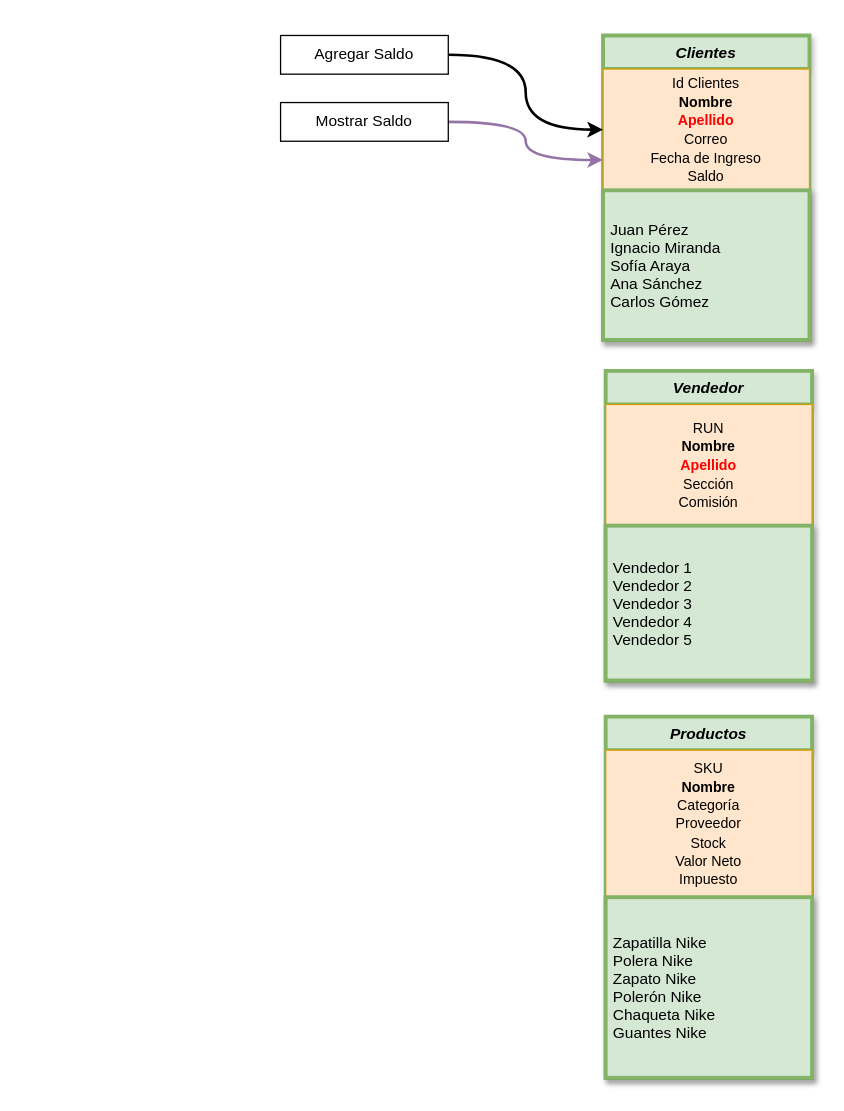
Above: Modulo 4/AE 1/Relacion entre clases modificada.drawio in fraxd/Proyectos-Grupales-awake-bootcamp (draw.io), before the change. Source tidied: cells renumbered, new cells numbered last; positions are measured from the earlier drawing's top-left corner, leaving out a move shared by most shapes. Both pictures are drawn from the tidied source at 129%, with x=0, y=0 at pixel (280, 35).
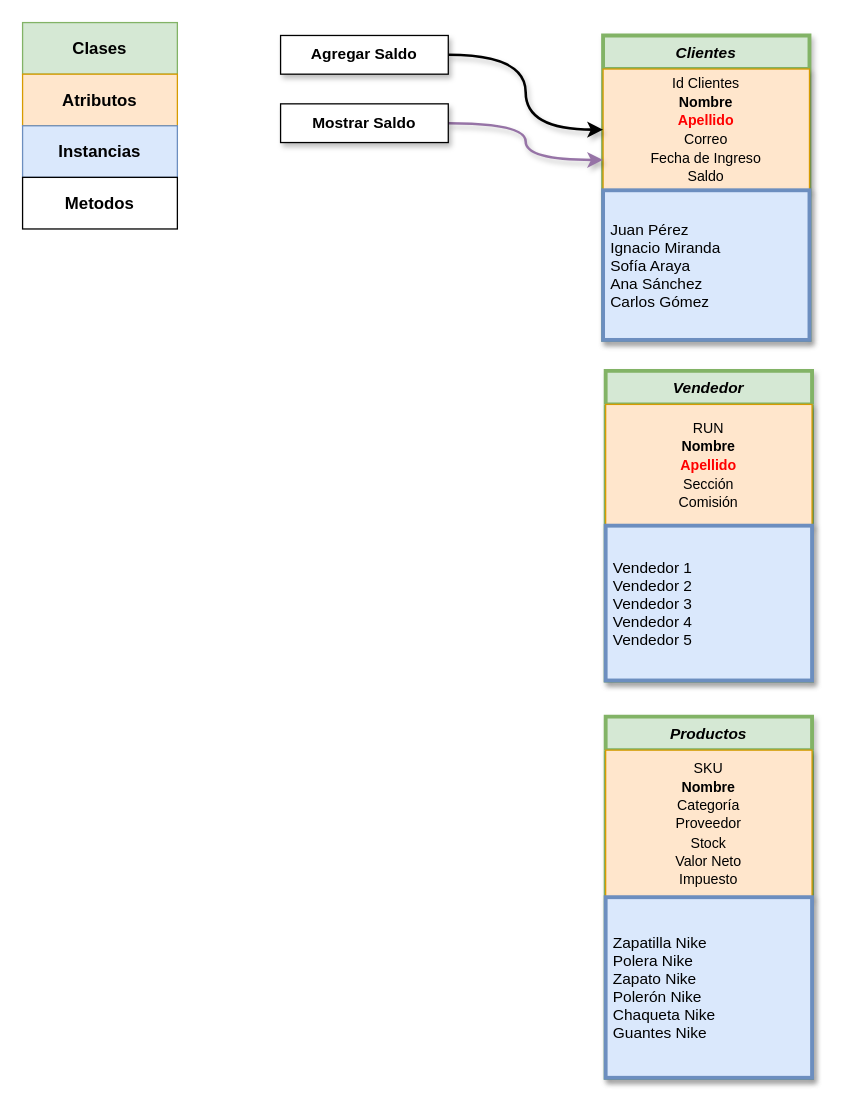
After the change.

Change to the diagram source:
```diff
@@
 <mxGraphModel>
   <root>
     <mxCell id="0" />
     <mxCell id="1" parent="0" />
     <mxCell id="2" value="Clientes" style="swimlane;fontStyle=3;align=center;verticalAlign=top;horizontal=1;startSize=26;rounded=0;shadow=1;strokeWidth=3;fillColor=#d5e8d4;strokeColor=#82b366;" parent="1" vertex="1">
       <mxGeometry x="250" width="160" height="236" as="geometry" />
     </mxCell>
-    <mxCell id="3" value="&lt;span style=&quot;font-size: 11px;&quot;&gt;Id Clientes&lt;br&gt;&lt;b&gt;Nombre&lt;br&gt;&lt;font color=&quot;#ff0000&quot;&gt;Apellido&lt;/font&gt;&lt;/b&gt;&lt;font color=&quot;#ff0000&quot;&gt;&lt;br&gt;&lt;/font&gt;Correo&lt;br&gt;Fecha de Ingreso&lt;br&gt;Saldo&lt;br&gt;&lt;/span&gt;" style="rounded=0;whiteSpace=wrap;html=1;fillColor=#ffe6cc;strokeColor=#d79b00;" parent="2" vertex="1">
+    <mxCell id="3" value="&lt;span style=&quot;font-size: 11px;&quot;&gt;Id Clientes&lt;br&gt;&lt;b&gt;Nombre&lt;br&gt;&lt;font color=&quot;#ff0000&quot;&gt;Apellido&lt;/font&gt;&lt;/b&gt;&lt;font color=&quot;#ff0000&quot;&gt;&lt;br&gt;&lt;/font&gt;Correo&lt;br&gt;Fecha de Ingreso&lt;br&gt;Saldo&lt;br&gt;&lt;/span&gt;" style="rounded=0;whiteSpace=wrap;html=1;fillColor=#ffe6cc;strokeColor=#d79b00;shadow=1;" parent="2" vertex="1">
       <mxGeometry y="26" width="160" height="94" as="geometry" />
     </mxCell>
-    <mxCell id="4" value="Juan Pérez&#10;Ignacio Miranda&#10;Sofía Araya&#10;Ana Sánchez&#10;Carlos Gómez" style="text;align=left;verticalAlign=middle;spacingLeft=4;spacingRight=4;overflow=hidden;rounded=0;shadow=1;html=0;fillColor=#d5e8d4;strokeColor=#82b366;strokeWidth=3;" parent="2" vertex="1">
+    <mxCell id="4" value="Juan Pérez&#10;Ignacio Miranda&#10;Sofía Araya&#10;Ana Sánchez&#10;Carlos Gómez" style="text;align=left;verticalAlign=middle;spacingLeft=4;spacingRight=4;overflow=hidden;rounded=0;shadow=1;html=0;fillColor=#dae8fc;strokeColor=#6c8ebf;strokeWidth=3;" parent="2" vertex="1">
       <mxGeometry y="120" width="160" height="116" as="geometry" />
     </mxCell>
     <mxCell id="5" value="Productos" style="swimlane;fontStyle=3;align=center;verticalAlign=top;horizontal=1;startSize=26;rounded=0;shadow=1;strokeWidth=3;fillColor=#d5e8d4;strokeColor=#82b366;" parent="1" vertex="1">
       <mxGeometry x="252" y="528" width="160" height="280" as="geometry" />
     </mxCell>
-    <mxCell id="6" value="&lt;font style=&quot;font-size: 11px;&quot;&gt;SKU&lt;br&gt;&lt;b&gt;Nombre&lt;/b&gt;&lt;br&gt;Categoría&lt;br&gt;Proveedor&lt;br&gt;Stock&lt;br&gt;Valor Neto&lt;br&gt;Impuesto&lt;br&gt;&lt;/font&gt;" style="rounded=0;whiteSpace=wrap;html=1;fillColor=#ffe6cc;strokeColor=#d79b00;" parent="5" vertex="1">
+    <mxCell id="6" value="&lt;font style=&quot;font-size: 11px;&quot;&gt;SKU&lt;br&gt;&lt;b&gt;Nombre&lt;/b&gt;&lt;br&gt;Categoría&lt;br&gt;Proveedor&lt;br&gt;Stock&lt;br&gt;Valor Neto&lt;br&gt;Impuesto&lt;br&gt;&lt;/font&gt;" style="rounded=0;whiteSpace=wrap;html=1;fillColor=#ffe6cc;strokeColor=#d79b00;shadow=1;" parent="5" vertex="1">
       <mxGeometry y="26" width="160" height="114" as="geometry" />
     </mxCell>
-    <mxCell id="7" value="Zapatilla Nike&#10;Polera Nike&#10;Zapato Nike&#10;Polerón Nike&#10;Chaqueta Nike&#10;Guantes Nike" style="text;align=left;verticalAlign=middle;spacingLeft=4;spacingRight=4;overflow=hidden;rounded=0;shadow=1;html=0;fillColor=#d5e8d4;strokeColor=#82b366;strokeWidth=3;" parent="5" vertex="1">
+    <mxCell id="7" value="Zapatilla Nike&#10;Polera Nike&#10;Zapato Nike&#10;Polerón Nike&#10;Chaqueta Nike&#10;Guantes Nike" style="text;align=left;verticalAlign=middle;spacingLeft=4;spacingRight=4;overflow=hidden;rounded=0;shadow=1;html=0;fillColor=#dae8fc;strokeColor=#6c8ebf;strokeWidth=3;" parent="5" vertex="1">
       <mxGeometry y="140" width="160" height="140" as="geometry" />
     </mxCell>
     <mxCell id="8" value="Vendedor" style="swimlane;fontStyle=3;align=center;verticalAlign=top;horizontal=1;startSize=26;rounded=0;shadow=1;strokeWidth=3;fillColor=#d5e8d4;strokeColor=#82b366;" parent="1" vertex="1">
       <mxGeometry x="252" y="260" width="160" height="240" as="geometry" />
     </mxCell>
-    <mxCell id="9" value="&lt;font style=&quot;font-size: 11px;&quot;&gt;RUN&lt;br&gt;&lt;b&gt;Nombre&lt;br&gt;&lt;font color=&quot;#ff0000&quot;&gt;Apellido&lt;/font&gt;&lt;/b&gt;&lt;br&gt;Sección&lt;br&gt;Comisión&lt;br&gt;&lt;/font&gt;" style="rounded=0;whiteSpace=wrap;html=1;fillColor=#ffe6cc;strokeColor=#d79b00;" parent="8" vertex="1">
+    <mxCell id="9" value="&lt;font style=&quot;font-size: 11px;&quot;&gt;RUN&lt;br&gt;&lt;b&gt;Nombre&lt;br&gt;&lt;font color=&quot;#ff0000&quot;&gt;Apellido&lt;/font&gt;&lt;/b&gt;&lt;br&gt;Sección&lt;br&gt;Comisión&lt;br&gt;&lt;/font&gt;" style="rounded=0;whiteSpace=wrap;html=1;fillColor=#ffe6cc;strokeColor=#d79b00;shadow=1;" parent="8" vertex="1">
       <mxGeometry y="26" width="160" height="94" as="geometry" />
     </mxCell>
-    <mxCell id="10" value="Vendedor 1&#10;Vendedor 2&#10;Vendedor 3&#10;Vendedor 4&#10;Vendedor 5" style="text;align=left;verticalAlign=middle;spacingLeft=4;spacingRight=4;overflow=hidden;rounded=0;shadow=1;html=0;fillColor=#d5e8d4;strokeColor=#82b366;strokeWidth=3;" parent="8" vertex="1">
+    <mxCell id="10" value="Vendedor 1&#10;Vendedor 2&#10;Vendedor 3&#10;Vendedor 4&#10;Vendedor 5" style="text;align=left;verticalAlign=middle;spacingLeft=4;spacingRight=4;overflow=hidden;rounded=0;shadow=1;html=0;fillColor=#dae8fc;strokeColor=#6c8ebf;strokeWidth=3;" parent="8" vertex="1">
       <mxGeometry y="120" width="160" height="120" as="geometry" />
     </mxCell>
-    <mxCell id="11" style="edgeStyle=orthogonalEdgeStyle;jettySize=auto;html=1;exitX=1;exitY=0.5;exitDx=0;exitDy=0;strokeWidth=2;curved=1;entryX=0;entryY=0.5;entryDx=0;entryDy=0;" parent="1" edge="1" source="12" target="3">
+    <mxCell id="11" style="edgeStyle=orthogonalEdgeStyle;jettySize=auto;html=1;exitX=1;exitY=0.5;exitDx=0;exitDy=0;strokeWidth=2;curved=1;entryX=0;entryY=0.5;entryDx=0;entryDy=0;shadow=1;" parent="1" edge="1" source="12" target="3">
       <mxGeometry relative="1" as="geometry" />
     </mxCell>
-    <mxCell id="12" value="Agregar Saldo" style="rounded=0;whiteSpace=wrap;html=1;" parent="1" vertex="1">
+    <mxCell id="12" value="Agregar Saldo" style="rounded=0;whiteSpace=wrap;html=1;shadow=1;fontStyle=1;" parent="1" vertex="1">
       <mxGeometry width="130" height="30" as="geometry" />
     </mxCell>
-    <mxCell id="13" style="edgeStyle=orthogonalEdgeStyle;jettySize=auto;html=1;exitX=1;exitY=0.5;exitDx=0;exitDy=0;strokeWidth=2;curved=1;fillColor=#e1d5e7;strokeColor=#9673a6;entryX=0;entryY=0.75;entryDx=0;entryDy=0;" parent="1" edge="1" source="14" target="3">
+    <mxCell id="13" style="edgeStyle=orthogonalEdgeStyle;jettySize=auto;html=1;exitX=1;exitY=0.5;exitDx=0;exitDy=0;strokeWidth=2;curved=1;fillColor=#e1d5e7;strokeColor=#9673a6;entryX=0;entryY=0.75;entryDx=0;entryDy=0;shadow=1;" parent="1" edge="1" source="14" target="3">
       <mxGeometry relative="1" as="geometry" />
     </mxCell>
-    <mxCell id="14" value="Mostrar Saldo" style="rounded=0;whiteSpace=wrap;html=1;" parent="1" vertex="1">
-      <mxGeometry y="52" width="130" height="30" as="geometry" />
+    <mxCell id="14" value="Mostrar Saldo" style="rounded=0;whiteSpace=wrap;html=1;shadow=1;fontStyle=1;" parent="1" vertex="1">
+      <mxGeometry y="53" width="130" height="30" as="geometry" />
     </mxCell>
+    <mxCell id="15" value="&lt;b&gt;&lt;font style=&quot;font-size: 13px;&quot;&gt;Clases&lt;/font&gt;&lt;/b&gt;" style="rounded=0;whiteSpace=wrap;html=1;fillColor=#d5e8d4;strokeColor=#82b366;" parent="1" vertex="1">
+      <mxGeometry x="-200" y="-10" width="120" height="40" as="geometry" />
+    </mxCell>
+    <mxCell id="16" value="&lt;b&gt;&lt;font style=&quot;font-size: 13px;&quot;&gt;Atributos&lt;/font&gt;&lt;/b&gt;" style="rounded=0;whiteSpace=wrap;html=1;fillColor=#ffe6cc;strokeColor=#d79b00;" parent="1" vertex="1">
+      <mxGeometry x="-200" y="30" width="120" height="40" as="geometry" />
+    </mxCell>
+    <mxCell id="17" value="&lt;b&gt;&lt;font style=&quot;font-size: 13px;&quot;&gt;Instancias&lt;/font&gt;&lt;/b&gt;" style="rounded=0;whiteSpace=wrap;html=1;fillColor=#dae8fc;strokeColor=#6c8ebf;" parent="1" vertex="1">
+      <mxGeometry x="-200" y="70" width="120" height="40" as="geometry" />
+    </mxCell>
+    <mxCell id="18" value="&lt;b&gt;&lt;font style=&quot;font-size: 13px;&quot;&gt;Metodos&lt;/font&gt;&lt;/b&gt;" style="rounded=0;whiteSpace=wrap;html=1;" parent="1" vertex="1">
+      <mxGeometry x="-200" y="110" width="120" height="40" as="geometry" />
+    </mxCell>
   </root>
 </mxGraphModel>
```
